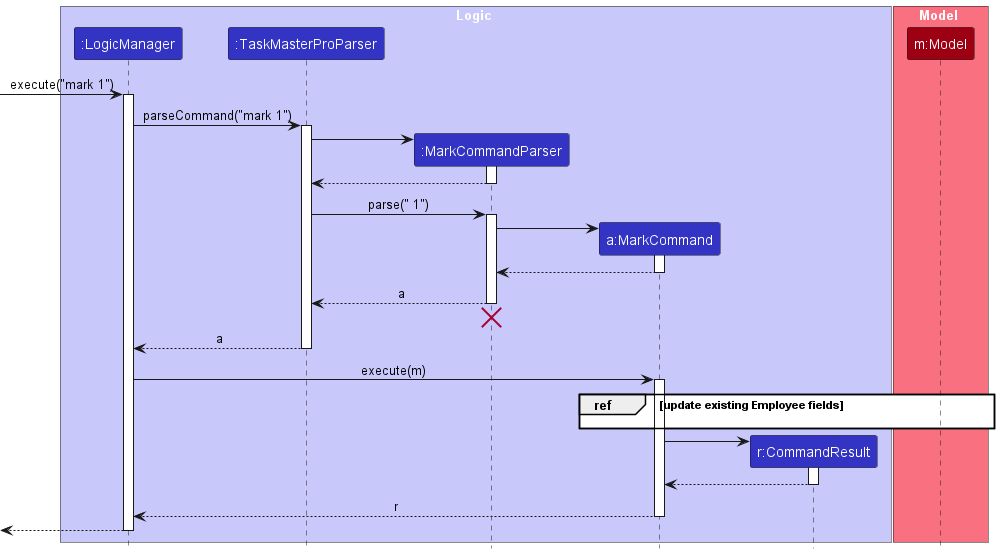
Earlier version of the PlantUML export docs/images/MarkDiagram.png (azumieflare/tp).
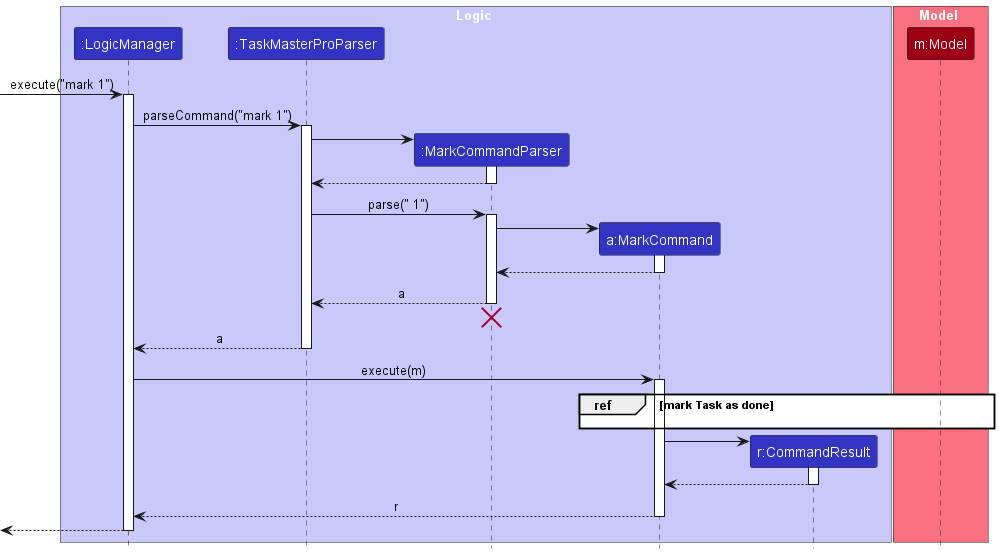
The same file after the commit.

Commit message:
Change mark/unmark diagram

What changed in the source:
```diff
@@ -50,7 +50,7 @@
 activate MarkCommand
 
 
-group ref [update existing Employee fields]
+group ref [mark Task as done]
 MarkCommand -[hidden]-> Model
 end
 
```
